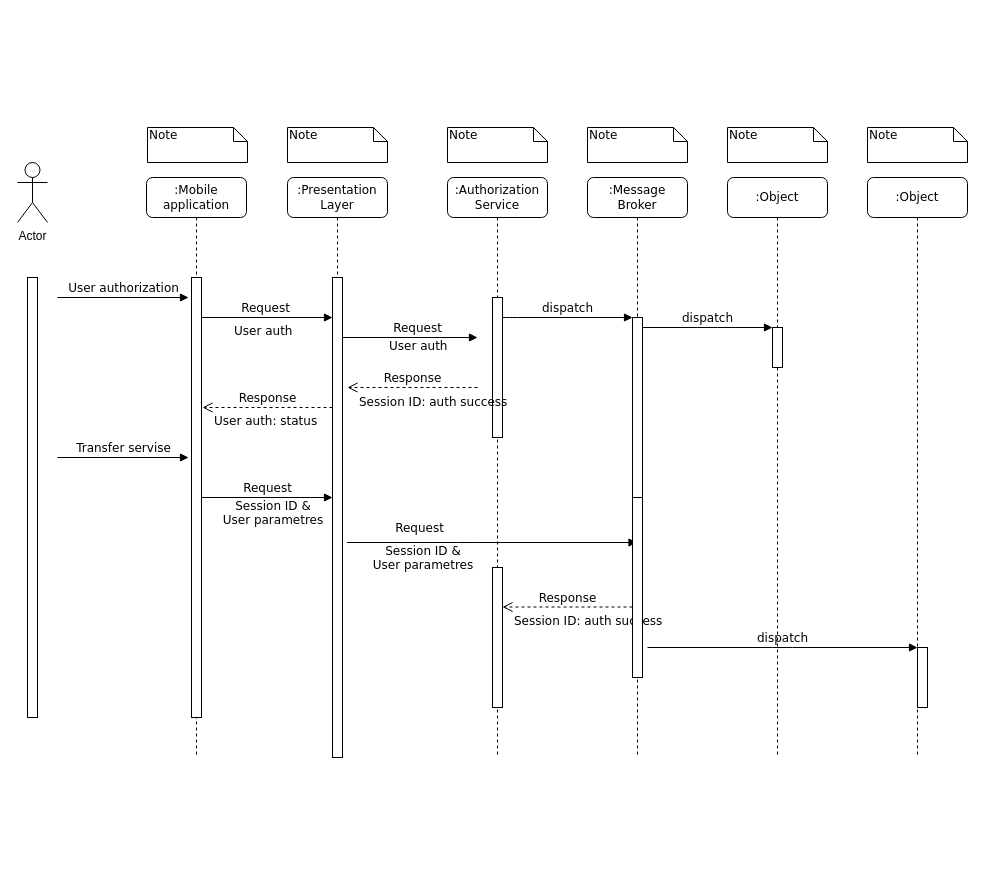
baldalerie/- keeps this draw.io diagram as Диаграмма без названия.drawio. Above is the earlier version. Source tidied: cells renumbered, new cells numbered last; positions are measured from the earlier drawing's top-left corner, leaving out a move shared by most shapes. Both pictures are drawn from the tidied source at 100%, with x=0, y=0 at pixel (17, 127).
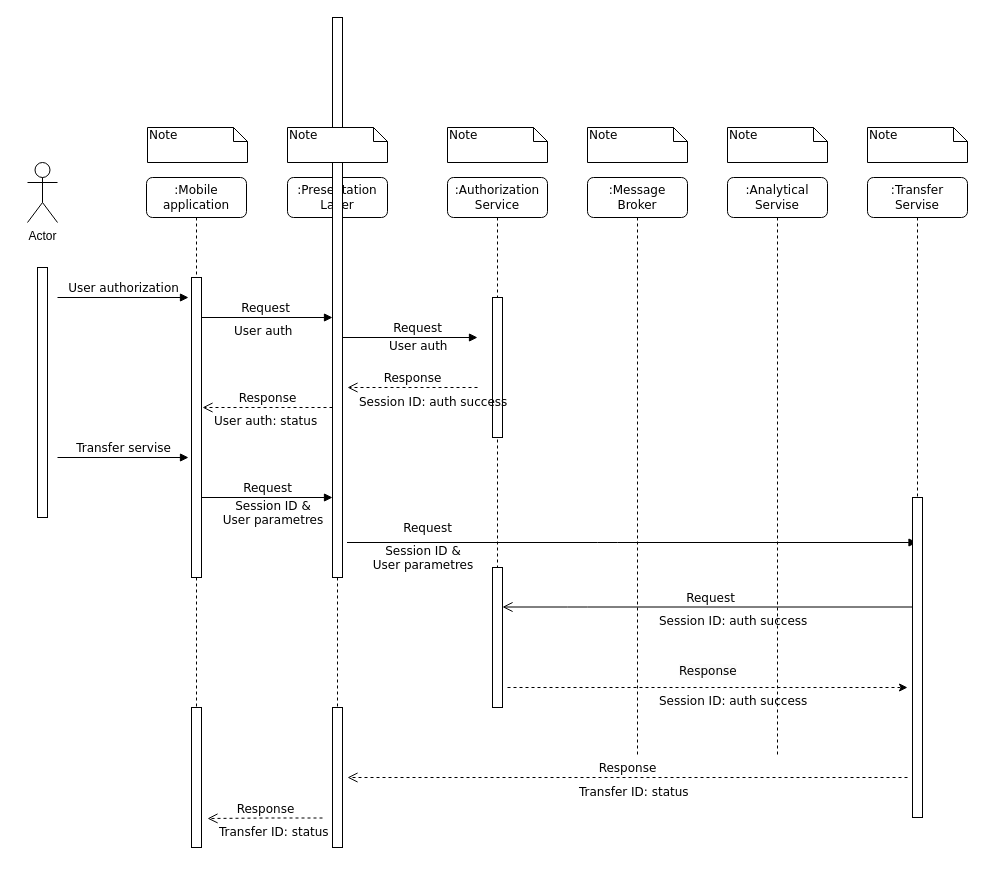
The same diagram, later.

Commit message:
Практ. работа 2.drawio

The change refers to these unchanged cells:
```xml
<mxCell id="9" style="html=1;points=[];perimeter=orthogonalPerimeter;rounded=0;shadow=0;comic=0;labelBackgroundColor=none;strokeWidth=1;fontFamily=Verdana;fontSize=12;align=center;" parent="8" vertex="1">
  <mxGeometry x="45" y="120" width="10" height="140" as="geometry" />
</mxCell>
<mxCell id="14" value=":Message Broker" style="shape=umlLifeline;perimeter=lifelinePerimeter;whiteSpace=wrap;html=1;outlineConnect=0;rounded=1;shadow=0;comic=0;labelBackgroundColor=none;strokeWidth=1;fontFamily=Verdana;fontSize=12;align=center;" parent="1" vertex="1">
  <mxGeometry x="570" y="50" width="100" height="580" as="geometry" />
</mxCell>
```

The edit, as a diff of the source:
```diff
@@
     <mxCell id="2" value=":Presentation Layer" style="shape=umlLifeline;perimeter=lifelinePerimeter;whiteSpace=wrap;html=1;rounded=1;shadow=0;comic=0;labelBackgroundColor=none;strokeWidth=1;fontFamily=Verdana;fontSize=12;align=center;" parent="1" vertex="1">
-      <mxGeometry x="270" y="50" width="100" height="580" as="geometry" />
+      <mxGeometry x="270" y="50" width="100" height="670" as="geometry" />
     </mxCell>
     <mxCell id="3" style="html=1;perimeter=orthogonalPerimeter;rounded=0;shadow=0;comic=0;labelBackgroundColor=none;strokeWidth=1;fontFamily=Verdana;fontSize=12;align=center;" parent="2" vertex="1">
-      <mxGeometry x="45" y="100" width="10" height="480" as="geometry" />
+      <mxGeometry x="45" y="-160" width="10" height="560" as="geometry" />
     </mxCell>
@@
+    <mxCell id="43" style="html=1;perimeter=orthogonalPerimeter;rounded=0;shadow=0;comic=0;labelBackgroundColor=none;strokeWidth=1;fontFamily=Verdana;fontSize=12;align=center;" parent="2" vertex="1">
+      <mxGeometry x="45" y="530" width="10" height="140" as="geometry" />
+    </mxCell>
     <mxCell id="8" value=":Authorization Service" style="shape=umlLifeline;perimeter=lifelinePerimeter;whiteSpace=wrap;html=1;rounded=1;shadow=0;comic=0;labelBackgroundColor=none;strokeWidth=1;fontFamily=Verdana;fontSize=12;align=center;" parent="1" vertex="1">
-      <mxGeometry x="430" y="50" width="100" height="580" as="geometry" />
+      <mxGeometry x="430" y="50" width="100" height="530" as="geometry" />
     </mxCell>
@@
-    <mxCell id="12" value="Request" style="html=1;verticalAlign=bottom;endArrow=block;labelBackgroundColor=none;fontFamily=Verdana;fontSize=12;edgeStyle=elbowEdgeStyle;elbow=vertical;" parent="8" edge="1" target="14">
-      <mxGeometry x="-0.51" y="5" relative="1" as="geometry">
+    <mxCell id="12" value="Request" style="html=1;verticalAlign=bottom;endArrow=block;labelBackgroundColor=none;fontFamily=Verdana;fontSize=12;edgeStyle=elbowEdgeStyle;elbow=vertical;" parent="8" edge="1" target="18">
+      <mxGeometry x="-0.72" y="5" relative="1" as="geometry">
         <mxPoint x="-100.5" y="365" as="sourcePoint" />
-        <mxPoint x="1" as="offset" />
       </mxGeometry>
     </mxCell>
@@
-    <mxCell id="15" value="Response" style="html=1;verticalAlign=bottom;endArrow=open;dashed=1;endSize=8;labelBackgroundColor=none;fontFamily=Verdana;fontSize=12;edgeStyle=elbowEdgeStyle;elbow=horizontal;" parent="14" edge="1">
+    <mxCell id="15" value="Request" style="html=1;verticalAlign=bottom;endArrow=open;endSize=8;labelBackgroundColor=none;fontFamily=Verdana;fontSize=12;edgeStyle=elbowEdgeStyle;elbow=horizontal;" parent="14" edge="1" source="18">
       <mxGeometry relative="1" as="geometry">
-        <mxPoint x="45" y="429.5" as="sourcePoint" />
         <mxPoint x="-85" y="429.5" as="targetPoint" />
         <Array as="points">
           <mxPoint x="-10" y="429.5" />
           <mxPoint x="20" y="429.5" />
         </Array>
       </mxGeometry>
     </mxCell>
-    <mxCell id="16" value="&lt;div style=&quot;text-align: center;&quot;&gt;&lt;font face=&quot;Verdana&quot;&gt;&lt;span style=&quot;text-wrap: nowrap;&quot;&gt;Session ID: auth&amp;nbsp;&lt;/span&gt;success&lt;/font&gt;&lt;/div&gt;" style="text;whiteSpace=wrap;html=1;" parent="14" vertex="1">
-      <mxGeometry x="-75" y="430" width="110" height="40" as="geometry" />
-    </mxCell>
-    <mxCell id="17" value=":Object" style="shape=umlLifeline;perimeter=lifelinePerimeter;whiteSpace=wrap;html=1;rounded=1;shadow=0;comic=0;labelBackgroundColor=none;strokeWidth=1;fontFamily=Verdana;fontSize=12;align=center;" parent="1" vertex="1">
+    <mxCell id="17" value=":Analytical Servise" style="shape=umlLifeline;perimeter=lifelinePerimeter;whiteSpace=wrap;html=1;rounded=1;shadow=0;comic=0;labelBackgroundColor=none;strokeWidth=1;fontFamily=Verdana;fontSize=12;align=center;" parent="1" vertex="1">
       <mxGeometry x="710" y="50" width="100" height="580" as="geometry" />
     </mxCell>
+    <mxCell id="44" style="endArrow=classic;html=1;rounded=0;dashed=1;" parent="17" edge="1">
+      <mxGeometry relative="1" as="geometry">
+        <mxPoint x="-220" y="510" as="sourcePoint" />
+        <mxPoint x="180" y="510" as="targetPoint" />
+      </mxGeometry>
+    </mxCell>
-    <mxCell id="18" value=":Object" style="shape=umlLifeline;perimeter=lifelinePerimeter;whiteSpace=wrap;html=1;outlineConnect=0;rounded=1;shadow=0;comic=0;labelBackgroundColor=none;strokeWidth=1;fontFamily=Verdana;fontSize=12;align=center;" parent="1" vertex="1">
-      <mxGeometry x="850" y="50" width="100" height="580" as="geometry" />
+    <mxCell id="18" value=":Transfer Servise" style="shape=umlLifeline;perimeter=lifelinePerimeter;whiteSpace=wrap;html=1;outlineConnect=0;rounded=1;shadow=0;comic=0;labelBackgroundColor=none;strokeWidth=1;fontFamily=Verdana;fontSize=12;align=center;" parent="1" vertex="1">
+      <mxGeometry x="850" y="50" width="100" height="640.5" as="geometry" />
     </mxCell>
+    <mxCell id="26" style="html=1;points=[];perimeter=orthogonalPerimeter;rounded=0;shadow=0;comic=0;labelBackgroundColor=none;strokeWidth=1;fontFamily=Verdana;fontSize=12;align=center;" parent="18" vertex="1">
+      <mxGeometry x="45" y="320" width="10" height="320" as="geometry" />
+    </mxCell>
+    <mxCell id="45" value="Response" style="html=1;verticalAlign=bottom;endArrow=open;dashed=1;endSize=8;labelBackgroundColor=none;fontFamily=Verdana;fontSize=12;edgeStyle=elbowEdgeStyle;elbow=horizontal;" parent="18" edge="1">
+      <mxGeometry relative="1" as="geometry">
+        <mxPoint x="40" y="600" as="sourcePoint" />
+        <mxPoint x="-520" y="600" as="targetPoint" />
+        <Array as="points">
+          <mxPoint x="-15" y="600" />
+          <mxPoint x="15" y="600" />
+        </Array>
+      </mxGeometry>
+    </mxCell>
     <mxCell id="19" value=":Mobile application" style="shape=umlLifeline;perimeter=lifelinePerimeter;whiteSpace=wrap;html=1;rounded=1;shadow=0;comic=0;labelBackgroundColor=none;strokeWidth=1;fontFamily=Verdana;fontSize=12;align=center;" parent="1" vertex="1">
-      <mxGeometry x="129" y="50" width="100" height="580" as="geometry" />
+      <mxGeometry x="129" y="50" width="100" height="670" as="geometry" />
     </mxCell>
     <mxCell id="20" style="html=1;perimeter=orthogonalPerimeter;rounded=0;shadow=0;comic=0;labelBackgroundColor=none;strokeWidth=1;fontFamily=Verdana;fontSize=12;align=center;" parent="19" vertex="1">
-      <mxGeometry x="45" y="100" width="10" height="440" as="geometry" />
+      <mxGeometry x="45" y="100" width="10" height="300" as="geometry" />
     </mxCell>
-    <mxCell id="21" style="html=1;points=[];perimeter=orthogonalPerimeter;rounded=0;shadow=0;comic=0;labelBackgroundColor=none;strokeWidth=1;fontFamily=Verdana;fontSize=12;align=center;" parent="1" vertex="1">
-      <mxGeometry x="615" y="190" width="10" height="180" as="geometry" />
-    </mxCell>
-    <mxCell id="22" value="dispatch" style="html=1;verticalAlign=bottom;endArrow=block;labelBackgroundColor=none;fontFamily=Verdana;fontSize=12;edgeStyle=elbowEdgeStyle;elbow=vertical;" parent="1" edge="1" source="9" target="21">
-      <mxGeometry relative="1" as="geometry">
-        <Array as="points">
-          <mxPoint x="490" y="190" />
-        </Array>
-      </mxGeometry>
-    </mxCell>
-    <mxCell id="23" style="html=1;points=[];perimeter=orthogonalPerimeter;rounded=0;shadow=0;comic=0;labelBackgroundColor=none;strokeWidth=1;fontFamily=Verdana;fontSize=12;align=center;" parent="1" vertex="1">
-      <mxGeometry x="755" y="200" width="10" height="40" as="geometry" />
-    </mxCell>
-    <mxCell id="24" value="dispatch" style="html=1;verticalAlign=bottom;endArrow=block;entryX=0;entryY=0;labelBackgroundColor=none;fontFamily=Verdana;fontSize=12;edgeStyle=elbowEdgeStyle;elbow=vertical;" parent="1" edge="1" source="21" target="23">
-      <mxGeometry relative="1" as="geometry" />
-    </mxCell>
-    <mxCell id="25" style="html=1;perimeter=orthogonalPerimeter;rounded=0;shadow=0;comic=0;labelBackgroundColor=none;strokeWidth=1;fontFamily=Verdana;fontSize=12;align=center;" parent="1" vertex="1">
-      <mxGeometry x="615" y="370" width="10" height="180" as="geometry" />
-    </mxCell>
-    <mxCell id="26" style="html=1;points=[];perimeter=orthogonalPerimeter;rounded=0;shadow=0;comic=0;labelBackgroundColor=none;strokeWidth=1;fontFamily=Verdana;fontSize=12;align=center;" parent="1" vertex="1">
-      <mxGeometry x="900" y="520" width="10" height="60" as="geometry" />
-    </mxCell>
-    <mxCell id="27" value="dispatch" style="html=1;verticalAlign=bottom;endArrow=block;entryX=0;entryY=0;labelBackgroundColor=none;fontFamily=Verdana;fontSize=12;edgeStyle=elbowEdgeStyle;elbow=vertical;" parent="1" edge="1" target="26">
-      <mxGeometry relative="1" as="geometry">
-        <mxPoint x="630" y="520" as="sourcePoint" />
-      </mxGeometry>
-    </mxCell>
+    <mxCell id="46" style="html=1;perimeter=orthogonalPerimeter;rounded=0;shadow=0;comic=0;labelBackgroundColor=none;strokeWidth=1;fontFamily=Verdana;fontSize=12;align=center;" parent="19" vertex="1">
+      <mxGeometry x="45" y="530" width="10" height="140" as="geometry" />
+    </mxCell>
@@
     <mxCell id="35" value="Actor" style="shape=umlActor;verticalLabelPosition=bottom;verticalAlign=top;html=1;" parent="1" vertex="1">
-      <mxGeometry y="35" width="30" height="60" as="geometry" />
+      <mxGeometry x="10" y="35" width="30" height="60" as="geometry" />
     </mxCell>
     <mxCell id="36" style="html=1;perimeter=orthogonalPerimeter;rounded=0;shadow=0;comic=0;labelBackgroundColor=none;strokeWidth=1;fontFamily=Verdana;fontSize=12;align=center;" parent="1" vertex="1">
-      <mxGeometry x="10" y="150" width="10" height="440" as="geometry" />
+      <mxGeometry x="20" y="140" width="10" height="250" as="geometry" />
     </mxCell>
@@
+    <mxCell id="16" value="&lt;div style=&quot;text-align: center;&quot;&gt;&lt;font face=&quot;Verdana&quot;&gt;&lt;span style=&quot;text-wrap: nowrap;&quot;&gt;Session ID: auth&amp;nbsp;&lt;/span&gt;success&lt;/font&gt;&lt;/div&gt;" style="text;whiteSpace=wrap;html=1;" parent="1" vertex="1">
+      <mxGeometry x="640" y="480" width="110" height="40" as="geometry" />
+    </mxCell>
+    <mxCell id="47" value="&lt;span style=&quot;caret-color: rgb(0, 0, 0); color: rgb(0, 0, 0); font-family: Verdana; font-size: 12px; font-style: normal; font-variant-caps: normal; font-weight: 400; letter-spacing: normal; orphans: auto; text-align: center; text-indent: 0px; text-transform: none; white-space: nowrap; widows: auto; word-spacing: 0px; -webkit-text-stroke-width: 0px; background-color: rgb(251, 251, 251); text-decoration: none; display: inline !important; float: none;&quot;&gt;Response&lt;/span&gt;" style="text;whiteSpace=wrap;html=1;" parent="1" vertex="1">
+      <mxGeometry x="660" y="530" width="90" height="40" as="geometry" />
+    </mxCell>
+    <mxCell id="48" value="&lt;div style=&quot;text-align: center;&quot;&gt;&lt;font face=&quot;Verdana&quot;&gt;&lt;span style=&quot;text-wrap: nowrap;&quot;&gt;Session ID: auth&amp;nbsp;&lt;/span&gt;success&lt;/font&gt;&lt;/div&gt;" style="text;whiteSpace=wrap;html=1;" parent="1" vertex="1">
+      <mxGeometry x="640" y="560" width="110" height="40" as="geometry" />
+    </mxCell>
+    <mxCell id="49" value="&lt;div style=&quot;text-align: center;&quot;&gt;&lt;font face=&quot;Verdana&quot;&gt;&lt;span style=&quot;text-wrap: nowrap;&quot;&gt;Transfer&amp;nbsp;ID: status&lt;/span&gt;&lt;/font&gt;&lt;/div&gt;" style="text;whiteSpace=wrap;html=1;" parent="1" vertex="1">
+      <mxGeometry x="560" y="651" width="110" height="39.5" as="geometry" />
+    </mxCell>
+    <mxCell id="50" value="Response" style="html=1;verticalAlign=bottom;endArrow=open;dashed=1;endSize=8;labelBackgroundColor=none;fontFamily=Verdana;fontSize=12;edgeStyle=elbowEdgeStyle;elbow=horizontal;" parent="1" edge="1">
+      <mxGeometry relative="1" as="geometry">
+        <mxPoint x="305" y="690.5" as="sourcePoint" />
+        <mxPoint x="190" y="691" as="targetPoint" />
+        <Array as="points">
+          <mxPoint x="250" y="690.5" />
+          <mxPoint x="280" y="690.5" />
+        </Array>
+      </mxGeometry>
+    </mxCell>
+    <mxCell id="51" value="&lt;div style=&quot;text-align: center;&quot;&gt;&lt;font face=&quot;Verdana&quot;&gt;&lt;span style=&quot;text-wrap: nowrap;&quot;&gt;Transfer&amp;nbsp;ID: status&lt;/span&gt;&lt;/font&gt;&lt;/div&gt;" style="text;whiteSpace=wrap;html=1;" parent="1" vertex="1">
+      <mxGeometry x="200" y="690.5" width="110" height="39.5" as="geometry" />
+    </mxCell>
```
